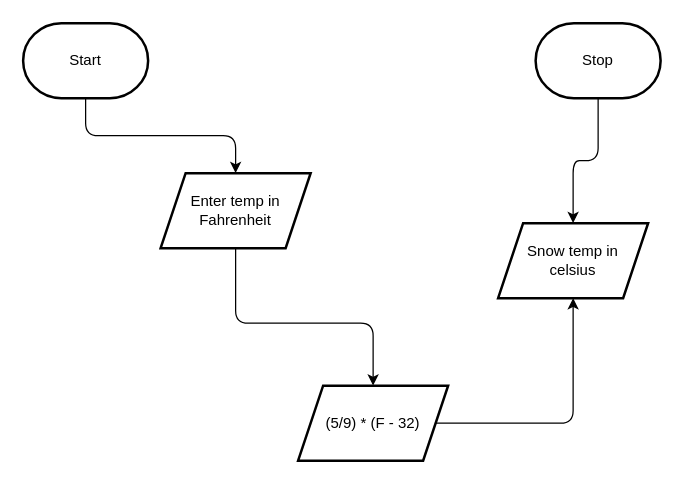
Above: design/flowchart.drawio in MTHS-ICS2O-2-2022/ICS2O-Unit-3-04-Fares-Abdelkader (draw.io), before the change. Source tidied: cells renumbered, new cells numbered last; positions are measured from the earlier drawing's top-left corner, leaving out a move shared by most shapes. Both pictures are drawn from the tidied source at 125%, with x=0, y=0 at pixel (22, 22).
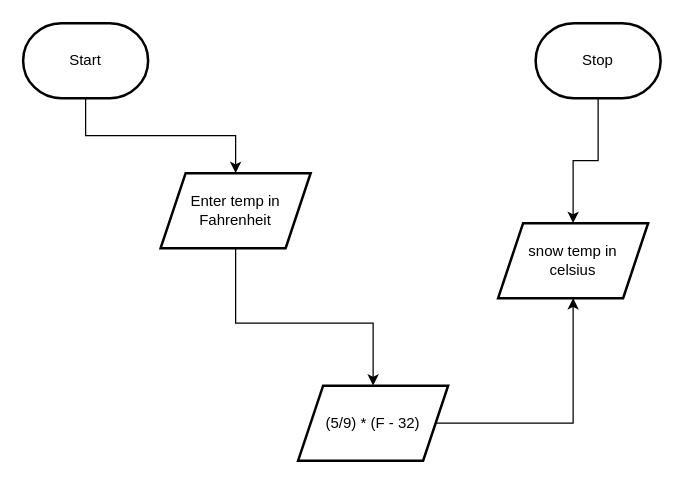
Above is the later version.

The edit, as a diff of the source:
```diff
@@
 <mxGraphModel>
   <root>
     <mxCell id="0" />
     <mxCell id="1" parent="0" />
-    <mxCell id="2" style="edgeStyle=none;html=1;entryX=0.5;entryY=0;entryDx=0;entryDy=0;" parent="1" edge="1" source="3" target="7">
+    <mxCell id="2" style="edgeStyle=none;html=1;entryX=0.5;entryY=0;entryDx=0;entryDy=0;rounded=0;" parent="1" edge="1" source="3" target="7">
       <mxGeometry relative="1" as="geometry">
         <Array as="points">
           <mxPoint x="50" y="90" />
           <mxPoint x="170" y="90" />
         </Array>
       </mxGeometry>
     </mxCell>
     <mxCell id="3" value="Start" style="strokeWidth=2;html=1;shape=mxgraph.flowchart.terminator;whiteSpace=wrap;" parent="1" vertex="1">
       <mxGeometry width="100" height="60" as="geometry" />
     </mxCell>
-    <mxCell id="4" style="edgeStyle=none;html=1;" parent="1" edge="1" source="5" target="10">
+    <mxCell id="4" style="edgeStyle=none;html=1;rounded=0;" parent="1" edge="1" source="5" target="10">
       <mxGeometry relative="1" as="geometry">
         <Array as="points">
           <mxPoint x="460" y="110" />
           <mxPoint x="440" y="110" />
         </Array>
       </mxGeometry>
     </mxCell>
     <mxCell id="5" value="Stop" style="strokeWidth=2;html=1;shape=mxgraph.flowchart.terminator;whiteSpace=wrap;" parent="1" vertex="1">
       <mxGeometry x="410" width="100" height="60" as="geometry" />
     </mxCell>
-    <mxCell id="6" style="edgeStyle=none;html=1;" parent="1" edge="1" source="7" target="9">
+    <mxCell id="6" style="edgeStyle=none;html=1;rounded=0;" parent="1" edge="1" source="7" target="9">
       <mxGeometry relative="1" as="geometry">
         <Array as="points">
           <mxPoint x="170" y="240" />
           <mxPoint x="280" y="240" />
         </Array>
       </mxGeometry>
     </mxCell>
     <mxCell id="7" value="Enter temp in&lt;br&gt;Fahrenheit" style="shape=parallelogram;perimeter=parallelogramPerimeter;whiteSpace=wrap;html=1;fixedSize=1;strokeWidth=2;" parent="1" vertex="1">
       <mxGeometry x="110" y="120" width="120" height="60" as="geometry" />
     </mxCell>
-    <mxCell id="8" style="edgeStyle=none;html=1;exitX=1;exitY=0.5;exitDx=0;exitDy=0;" parent="1" edge="1" source="9" target="10">
+    <mxCell id="8" style="edgeStyle=none;html=1;exitX=1;exitY=0.5;exitDx=0;exitDy=0;rounded=0;" parent="1" edge="1" source="9" target="10">
       <mxGeometry relative="1" as="geometry">
         <Array as="points">
           <mxPoint x="440" y="320" />
         </Array>
       </mxGeometry>
     </mxCell>
     <mxCell id="9" value="(5/9) * (F - 32)" style="shape=parallelogram;perimeter=parallelogramPerimeter;whiteSpace=wrap;html=1;fixedSize=1;strokeWidth=2;" parent="1" vertex="1">
       <mxGeometry x="220" y="290" width="120" height="60" as="geometry" />
     </mxCell>
-    <mxCell id="10" value="Snow temp in&lt;br&gt;celsius" style="shape=parallelogram;perimeter=parallelogramPerimeter;whiteSpace=wrap;html=1;fixedSize=1;strokeWidth=2;" parent="1" vertex="1">
+    <mxCell id="10" value="snow temp in&lt;br&gt;celsius" style="shape=parallelogram;perimeter=parallelogramPerimeter;whiteSpace=wrap;html=1;fixedSize=1;strokeWidth=2;" parent="1" vertex="1">
       <mxGeometry x="380" y="160" width="120" height="60" as="geometry" />
     </mxCell>
   </root>
 </mxGraphModel>
```
